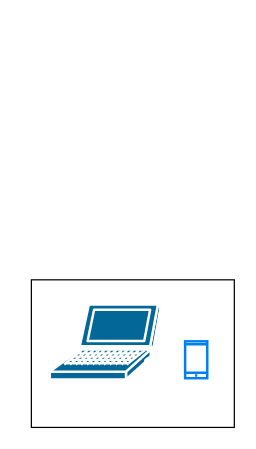
Earlier version of the draw.io diagram library-app.drawio (appsparkler/draw.io). Source tidied: cells renumbered, new cells numbered last; positions are measured from the earlier drawing's top-left corner, leaving out a move shared by most shapes. Both pictures are drawn from the tidied source at 123%, with x=0, y=0 at pixel (31, 279).
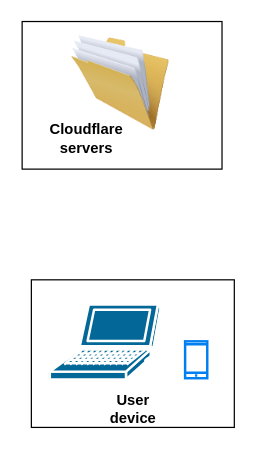
Above is the later version.

Change to the diagram source:
```diff
@@
 <mxGraphModel>
   <root>
     <mxCell id="0" />
     <mxCell id="1" parent="0" />
+    <mxCell id="5" style="rounded=0;whiteSpace=wrap;html=1;" parent="1" vertex="1">
+      <mxGeometry x="-7.5" y="-210" width="162.5" height="120" as="geometry" />
+    </mxCell>
     <mxCell id="2" style="rounded=0;whiteSpace=wrap;html=1;" parent="1" vertex="1">
       <mxGeometry width="165" height="120" as="geometry" />
     </mxCell>
     <mxCell id="3" style="sketch=0;html=1;dashed=0;fillColor=#036897;strokeColor=#ffffff;strokeWidth=2;verticalLabelPosition=bottom;verticalAlign=top;align=center;shape=mxgraph.cisco.computers_and_peripherals.laptop;" parent="1" vertex="1">
       <mxGeometry x="15" y="20" width="90" height="61" as="geometry" />
     </mxCell>
     <mxCell id="4" style="html=1;verticalLabelPosition=bottom;align=center;labelBackgroundColor=#ffffff;verticalAlign=top;strokeWidth=2;strokeColor=#0080F0;shadow=0;dashed=0;shape=mxgraph.ios7.icons.smartphone;" parent="1" vertex="1">
       <mxGeometry x="125" y="50" width="18" height="30" as="geometry" />
     </mxCell>
+    <mxCell id="6" style="image;html=1;image=img/lib/clip_art/general/Full_Folder_128x128.png;" parent="1" vertex="1">
+      <mxGeometry x="32.5" y="-200" width="80" height="80" as="geometry" />
+    </mxCell>
+    <mxCell id="7" value="User device" style="text;html=1;whiteSpace=wrap;strokeColor=none;fillColor=none;align=center;verticalAlign=middle;rounded=0;fontStyle=1;" parent="1" vertex="1">
+      <mxGeometry x="52.5" y="90" width="60" height="30" as="geometry" />
+    </mxCell>
+    <mxCell id="8" value="Cloudflare servers" style="text;html=1;whiteSpace=wrap;strokeColor=none;fillColor=none;align=center;verticalAlign=middle;rounded=0;fontStyle=1;" parent="1" vertex="1">
+      <mxGeometry x="15" y="-130" width="60" height="30" as="geometry" />
+    </mxCell>
   </root>
 </mxGraphModel>
```
